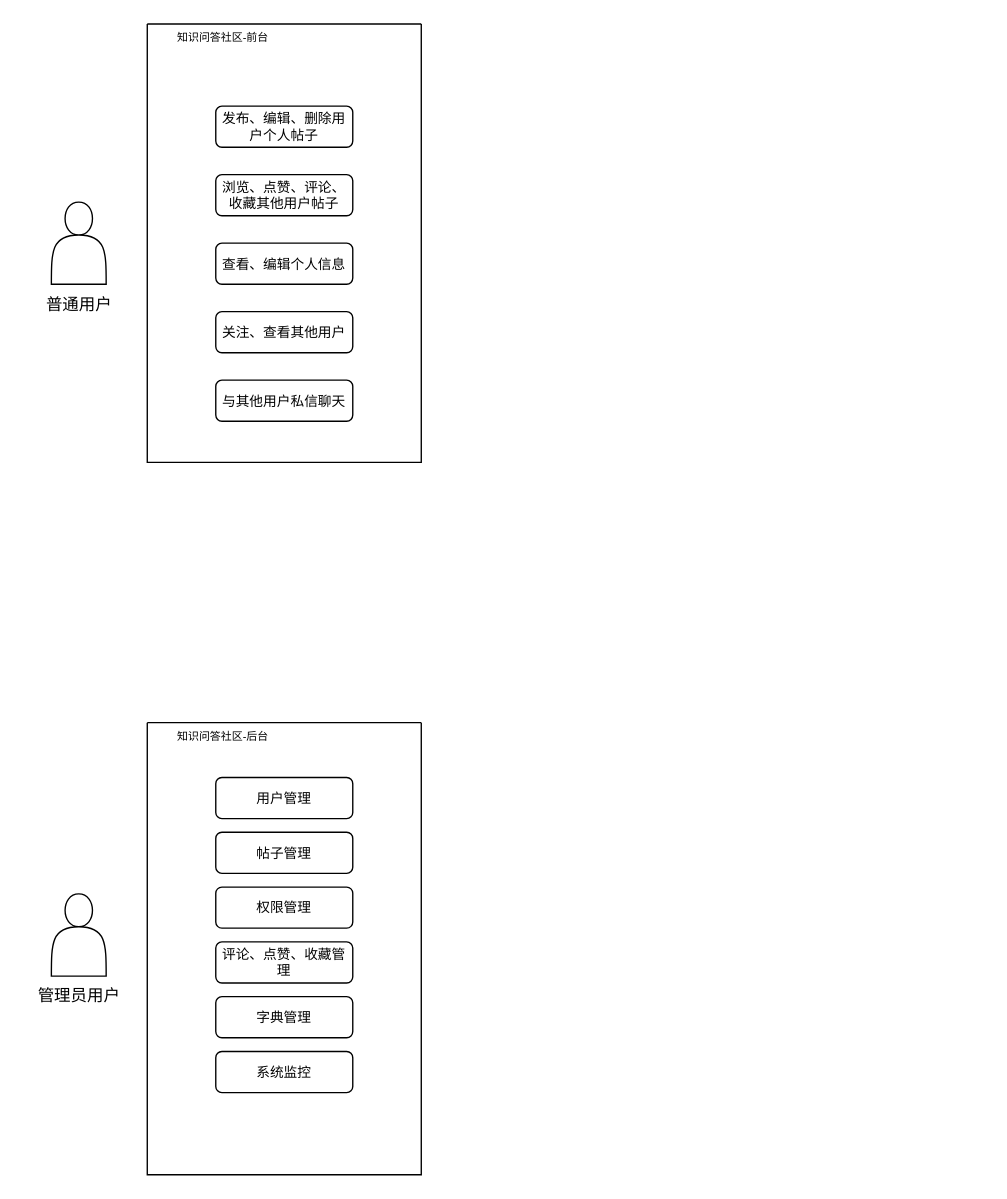
The draw.io diagram 未命名绘图.drawio in linXiao01/img, before the edit. Source tidied: cells renumbered, new cells numbered last; positions are measured from the earlier drawing's top-left corner, leaving out a move shared by most shapes. Both pictures are drawn from the tidied source at 137%, with x=0, y=0 at pixel (23, 23).
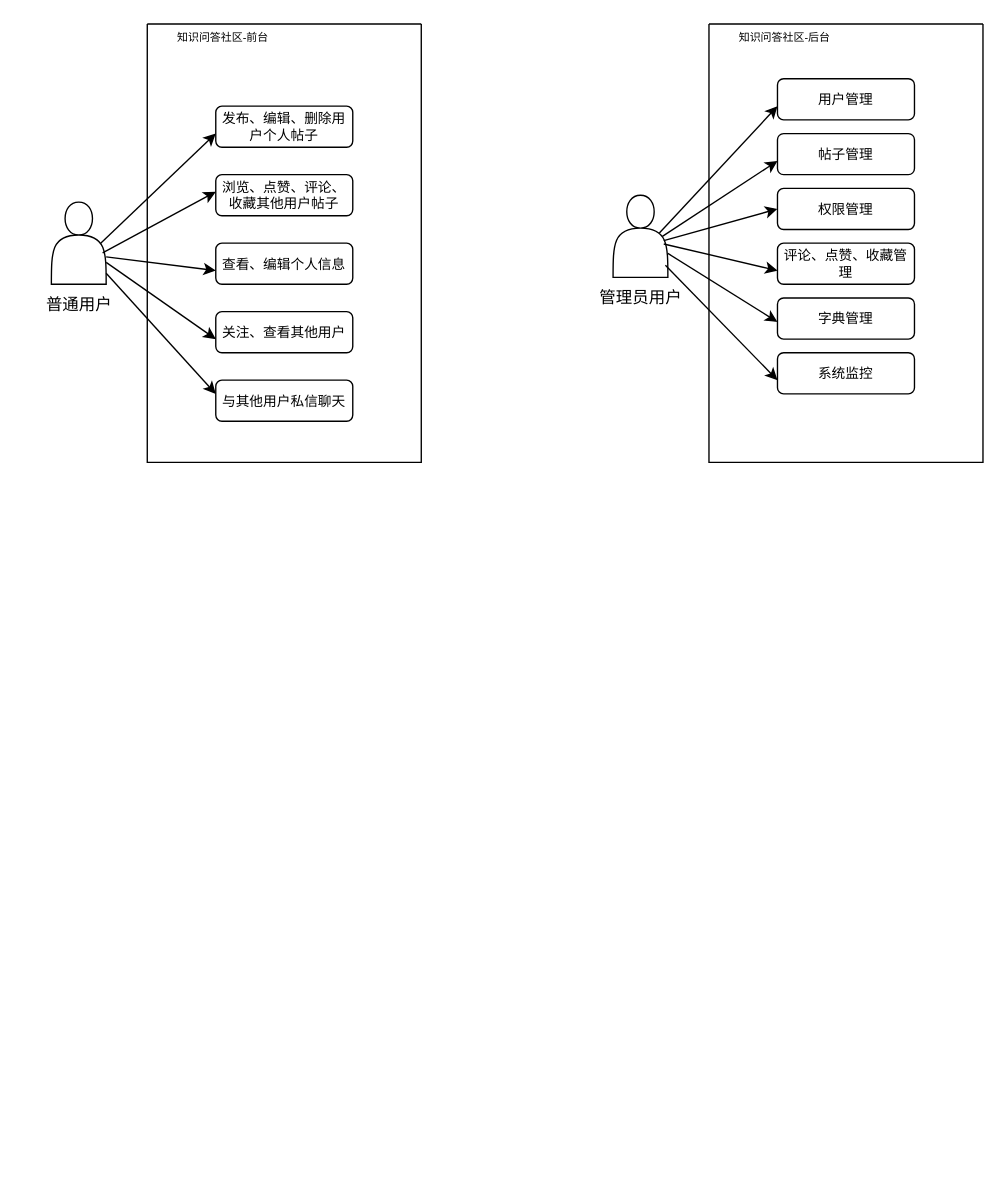
After the change.

The change refers to these unchanged cells:
```xml
<mxCell id="6" style="swimlane;startSize=0;" parent="1" vertex="1">
  <mxGeometry x="90" width="200" height="320" as="geometry" />
</mxCell>
```

The edit, as a diff of the source:
```diff
@@
-    <mxCell id="2" style="shape=actor;whiteSpace=wrap;html=1;" parent="1" vertex="1">
+    <mxCell id="2" style="shape=actor;whiteSpace=wrap;html=1;points=[[0,0.75,0,0,0],[0.1,0.5,0,0,0],[0.25,0.2,0,0,0],[0.25,1,0,0,0],[0.5,0,0,0,0],[0.5,1,0,0,0],[0.75,0.25,0,0,0],[0.75,1,0,0,0],[0.9,0.5,0,0,0],[1,0.75,0,0,0]];" parent="1" vertex="1">
       <mxGeometry x="20" y="130" width="40" height="60" as="geometry" />
     </mxCell>
@@
     <mxCell id="4" style="shape=actor;whiteSpace=wrap;html=1;" parent="1" vertex="1">
-      <mxGeometry x="20" y="635" width="40" height="60" as="geometry" />
+      <mxGeometry x="430" y="125" width="40" height="60" as="geometry" />
     </mxCell>
     <mxCell id="5" value="管理员用户&lt;br&gt;" style="text;html=1;align=center;verticalAlign=middle;strokeColor=none;fillColor=none;" parent="1" vertex="1">
-      <mxGeometry y="695" width="80" height="30" as="geometry" />
+      <mxGeometry x="410" y="185" width="80" height="30" as="geometry" />
     </mxCell>
@@
+    <mxCell id="21" style="endArrow=classic;html=1;rounded=0;exitX=0.9;exitY=0.5;exitDx=0;exitDy=0;exitPerimeter=0;" parent="6" edge="1" source="2">
+      <mxGeometry relative="1" as="geometry">
+        <mxPoint x="50" y="80" as="targetPoint" />
+      </mxGeometry>
+    </mxCell>
+    <mxCell id="22" style="endArrow=classic;html=1;rounded=0;exitX=0.935;exitY=0.617;exitDx=0;exitDy=0;exitPerimeter=0;" parent="6" edge="1" source="2">
+      <mxGeometry relative="1" as="geometry">
+        <mxPoint x="50" y="122.5" as="targetPoint" />
+      </mxGeometry>
+    </mxCell>
+    <mxCell id="23" style="endArrow=classic;html=1;rounded=0;" parent="6" edge="1" source="2">
+      <mxGeometry relative="1" as="geometry">
+        <mxPoint x="50" y="270" as="targetPoint" />
+      </mxGeometry>
+    </mxCell>
+    <mxCell id="24" style="endArrow=classic;html=1;rounded=0;" parent="6" edge="1" source="2">
+      <mxGeometry relative="1" as="geometry">
+        <mxPoint x="50" y="230" as="targetPoint" />
+      </mxGeometry>
+    </mxCell>
+    <mxCell id="25" style="endArrow=classic;html=1;rounded=0;" parent="6" edge="1">
+      <mxGeometry relative="1" as="geometry">
+        <mxPoint x="-30" y="170" as="sourcePoint" />
+        <mxPoint x="50" y="180" as="targetPoint" />
+      </mxGeometry>
+    </mxCell>
     <mxCell id="13" style="swimlane;startSize=0;" parent="1" vertex="1">
-      <mxGeometry x="90" y="510" width="200" height="330" as="geometry" />
+      <mxGeometry x="500" width="200" height="320" as="geometry" />
     </mxCell>
@@
+    <mxCell id="26" style="endArrow=classic;html=1;rounded=0;exitX=0.845;exitY=0.46;exitDx=0;exitDy=0;exitPerimeter=0;" parent="13" edge="1" source="4">
+      <mxGeometry relative="1" as="geometry">
+        <mxPoint x="50" y="60" as="targetPoint" />
+      </mxGeometry>
+    </mxCell>
+    <mxCell id="27" style="endArrow=classic;html=1;rounded=0;exitX=0.9;exitY=0.5;exitDx=0;exitDy=0;exitPerimeter=0;" parent="13" edge="1" source="4">
+      <mxGeometry relative="1" as="geometry">
+        <mxPoint x="50" y="100" as="targetPoint" />
+      </mxGeometry>
+    </mxCell>
+    <mxCell id="28" style="endArrow=classic;html=1;rounded=0;exitX=0.925;exitY=0.553;exitDx=0;exitDy=0;exitPerimeter=0;" parent="13" edge="1" source="4">
+      <mxGeometry relative="1" as="geometry">
+        <mxPoint x="50" y="135" as="targetPoint" />
+      </mxGeometry>
+    </mxCell>
+    <mxCell id="29" style="endArrow=classic;html=1;rounded=0;exitX=0.925;exitY=0.593;exitDx=0;exitDy=0;exitPerimeter=0;" parent="13" edge="1" source="4">
+      <mxGeometry relative="1" as="geometry">
+        <mxPoint x="50" y="180" as="targetPoint" />
+      </mxGeometry>
+    </mxCell>
+    <mxCell id="30" style="endArrow=classic;html=1;rounded=0;exitX=0.955;exitY=0.853;exitDx=0;exitDy=0;exitPerimeter=0;" parent="13" edge="1" source="4">
+      <mxGeometry relative="1" as="geometry">
+        <mxPoint x="50" y="260" as="targetPoint" />
+      </mxGeometry>
+    </mxCell>
+    <mxCell id="31" style="endArrow=classic;html=1;rounded=0;" parent="13" edge="1" source="4">
+      <mxGeometry relative="1" as="geometry">
+        <mxPoint x="50" y="217.5" as="targetPoint" />
+      </mxGeometry>
+    </mxCell>
+    <mxCell id="32" style="edgeStyle=orthogonalEdgeStyle;rounded=0;orthogonalLoop=1;jettySize=auto;html=1;exitX=0.5;exitY=1;exitDx=0;exitDy=0;" parent="1" edge="1" source="13" target="13">
+      <mxGeometry relative="1" as="geometry" />
+    </mxCell>
```
